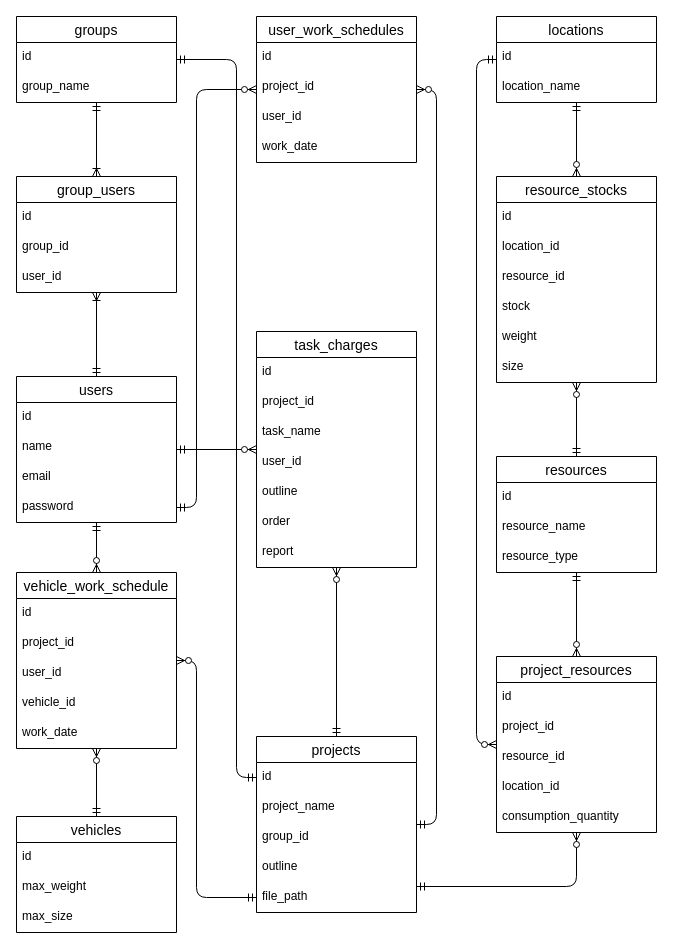
The draw.io diagram ER図.dio in Rikido/recrutement-test-dev, before the edit. Source tidied: cells renumbered, new cells numbered last; positions are measured from the earlier drawing's top-left corner, leaving out a move shared by most shapes. Both pictures are drawn from the tidied source at 100%, with x=0, y=0 at pixel (16, 16).
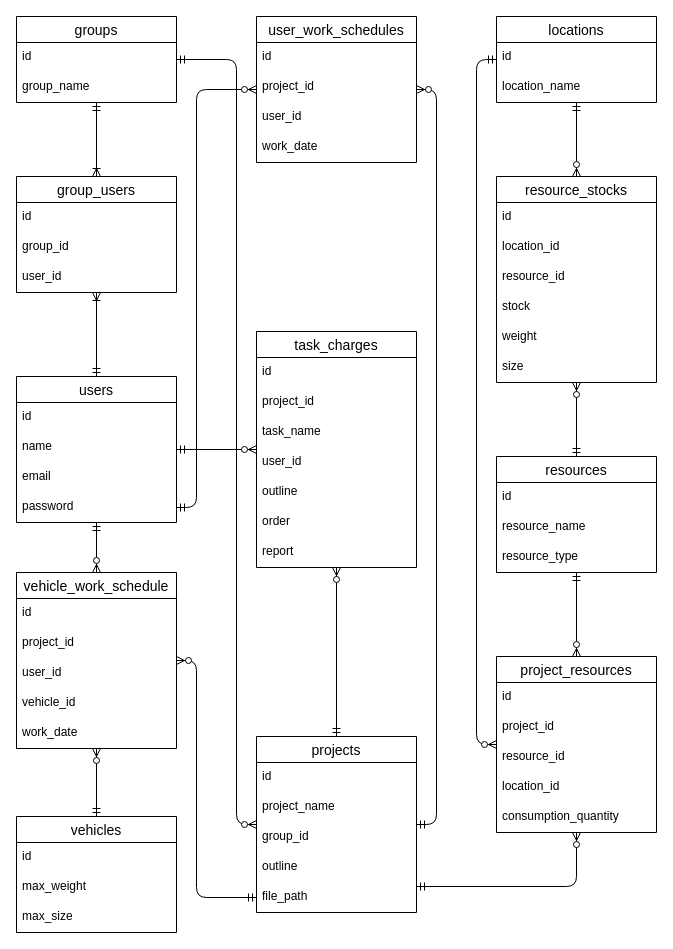
After the change.

Commit message (it also covers changes not shown here):
projectとgroupのリレーションの設定の変更

The change refers to these unchanged cells:
```xml
<mxCell id="7" value="groups" style="swimlane;fontStyle=0;horizontal=1;startSize=26;align=center;fontSize=14;" parent="1" vertex="1">
  <mxGeometry width="160" height="86" as="geometry" />
</mxCell>
<mxCell id="32" value="projects" style="swimlane;fontStyle=0;horizontal=1;startSize=26;align=center;fontSize=14;" parent="1" vertex="1">
  <mxGeometry x="240" y="720" width="160" height="176" as="geometry" />
</mxCell>
<mxCell id="33" value="id" style="text;strokeColor=none;fillColor=none;spacingLeft=4;spacingRight=4;overflow=hidden;points=[[0,0.5],[1,0.5]];portConstraint=eastwest;fontSize=12;" parent="32" vertex="1">
  <mxGeometry y="26" width="160" height="30" as="geometry" />
</mxCell>
```

Change to the diagram source:
```diff
@@
-    <mxCell id="68" style="edgeStyle=elbowEdgeStyle;fontSize=12;html=1;endArrow=ERmandOne;startArrow=ERmandOne;" parent="1" edge="1" source="7" target="33">
-      <mxGeometry relative="1" as="geometry">
-        <Array as="points">
-          <mxPoint x="220" y="400" />
-          <mxPoint x="230" y="290" />
-        </Array>
-      </mxGeometry>
-    </mxCell>
@@
+    <mxCell id="78" style="edgeStyle=elbowEdgeStyle;fontSize=12;html=1;endArrow=ERzeroToMany;startArrow=ERmandOne;" parent="1" edge="1" source="7" target="32">
+      <mxGeometry relative="1" as="geometry">
+        <Array as="points">
+          <mxPoint x="220" y="420" />
+        </Array>
+      </mxGeometry>
+    </mxCell>
```
